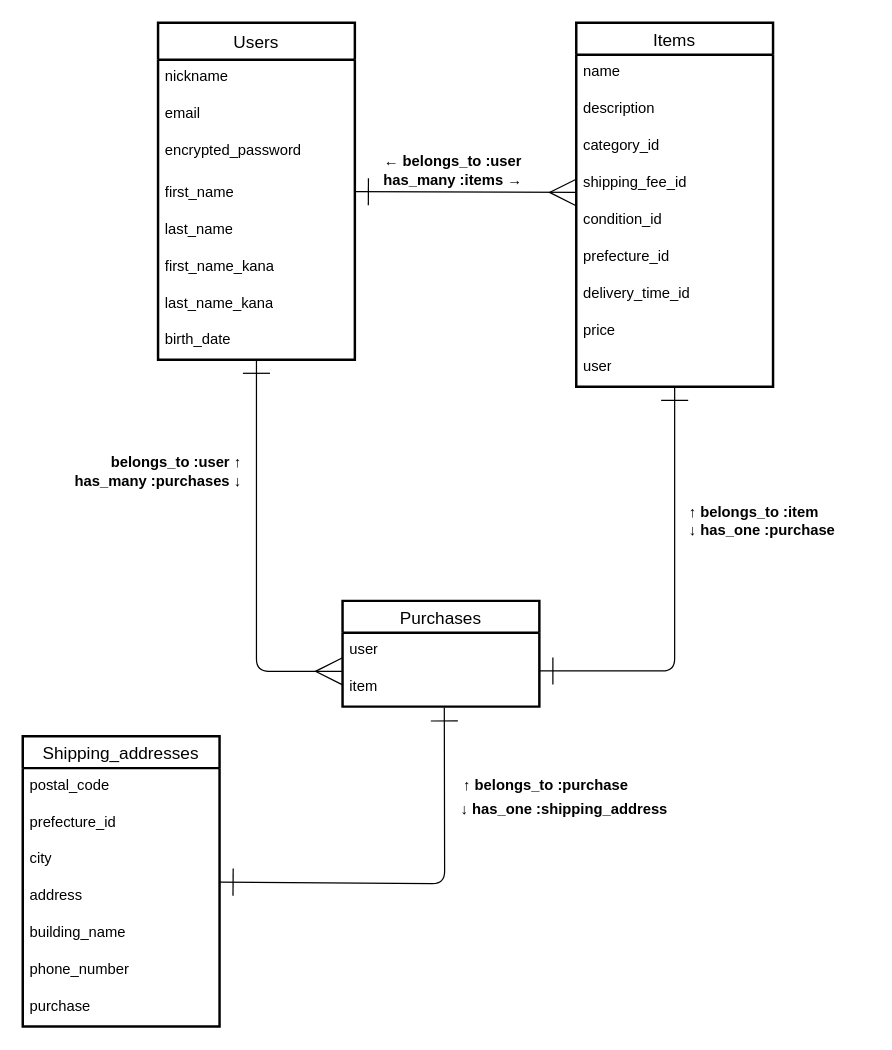
Before: Entity Relation.dio in Shazz9000GST/furima-46644, a draw.io diagram. Source tidied: cells renumbered, new cells numbered last; positions are measured from the earlier drawing's top-left corner, leaving out a move shared by most shapes. Both pictures are drawn from the tidied source at 123%, with x=0, y=0 at pixel (22, 22).
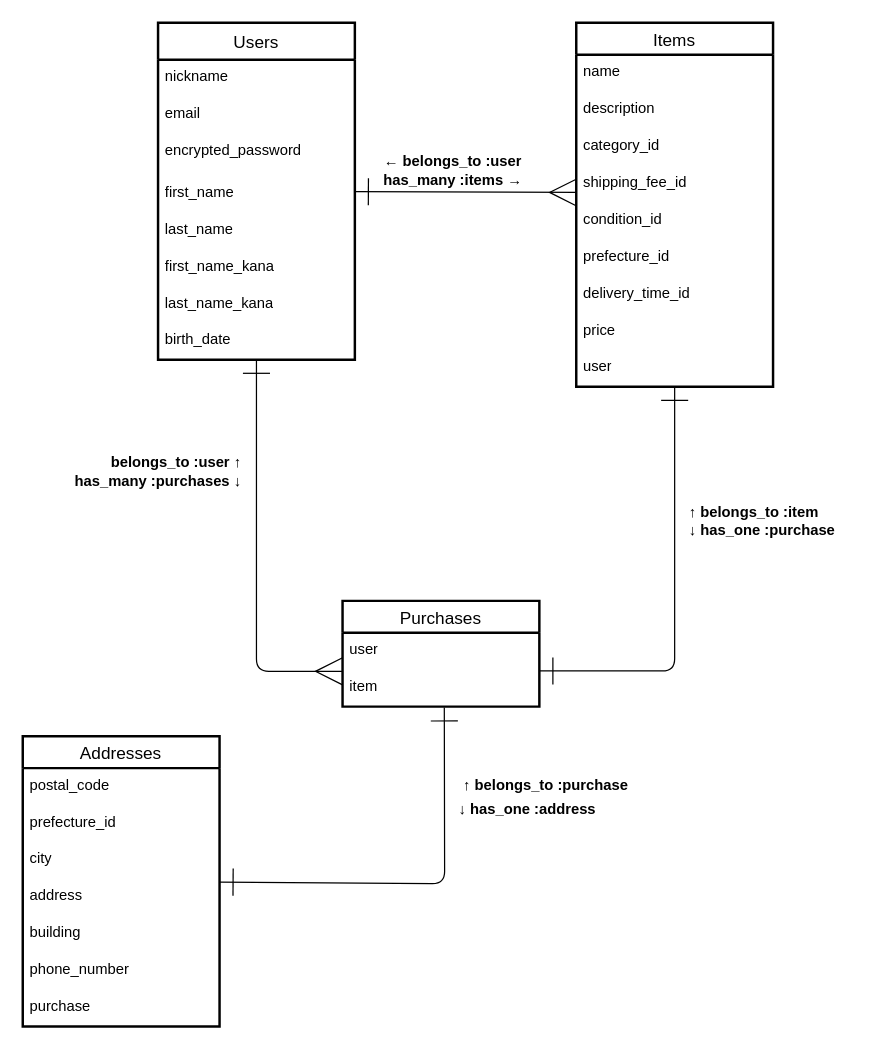
The same diagram, later.

What changed in the source:
```diff
@@
-    <mxCell id="26" value="Shipping_addresses" style="swimlane;fontStyle=0;horizontal=1;startSize=26;align=center;fontSize=14;strokeWidth=2;" parent="1" vertex="1">
+    <mxCell id="26" value="Addresses" style="swimlane;fontStyle=0;horizontal=1;startSize=26;align=center;fontSize=14;strokeWidth=2;" parent="1" vertex="1">
       <mxGeometry y="580" width="160" height="236" as="geometry" />
     </mxCell>
@@
-    <mxCell id="31" value="building_name" style="text;strokeColor=none;fillColor=none;spacingLeft=4;spacingRight=4;overflow=hidden;fontSize=12;whiteSpace=wrap;html=1;" parent="26" vertex="1">
+    <mxCell id="31" value="building" style="text;strokeColor=none;fillColor=none;spacingLeft=4;spacingRight=4;overflow=hidden;fontSize=12;whiteSpace=wrap;html=1;" parent="26" vertex="1">
       <mxGeometry y="146" width="160" height="30" as="geometry" />
     </mxCell>
@@
-    <mxCell id="36" value="↓ has_one :shipping_address" style="text;strokeColor=none;fillColor=none;html=1;fontSize=12;fontStyle=1;verticalAlign=middle;align=center;" parent="1" vertex="1">
-      <mxGeometry x="340" y="620" width="200" height="40" as="geometry" />
+    <mxCell id="36" value="↓ has_one :address" style="text;strokeColor=none;fillColor=none;html=1;fontSize=12;fontStyle=1;verticalAlign=middle;align=center;" parent="1" vertex="1">
+      <mxGeometry x="310" y="620" width="200" height="40" as="geometry" />
     </mxCell>
```
